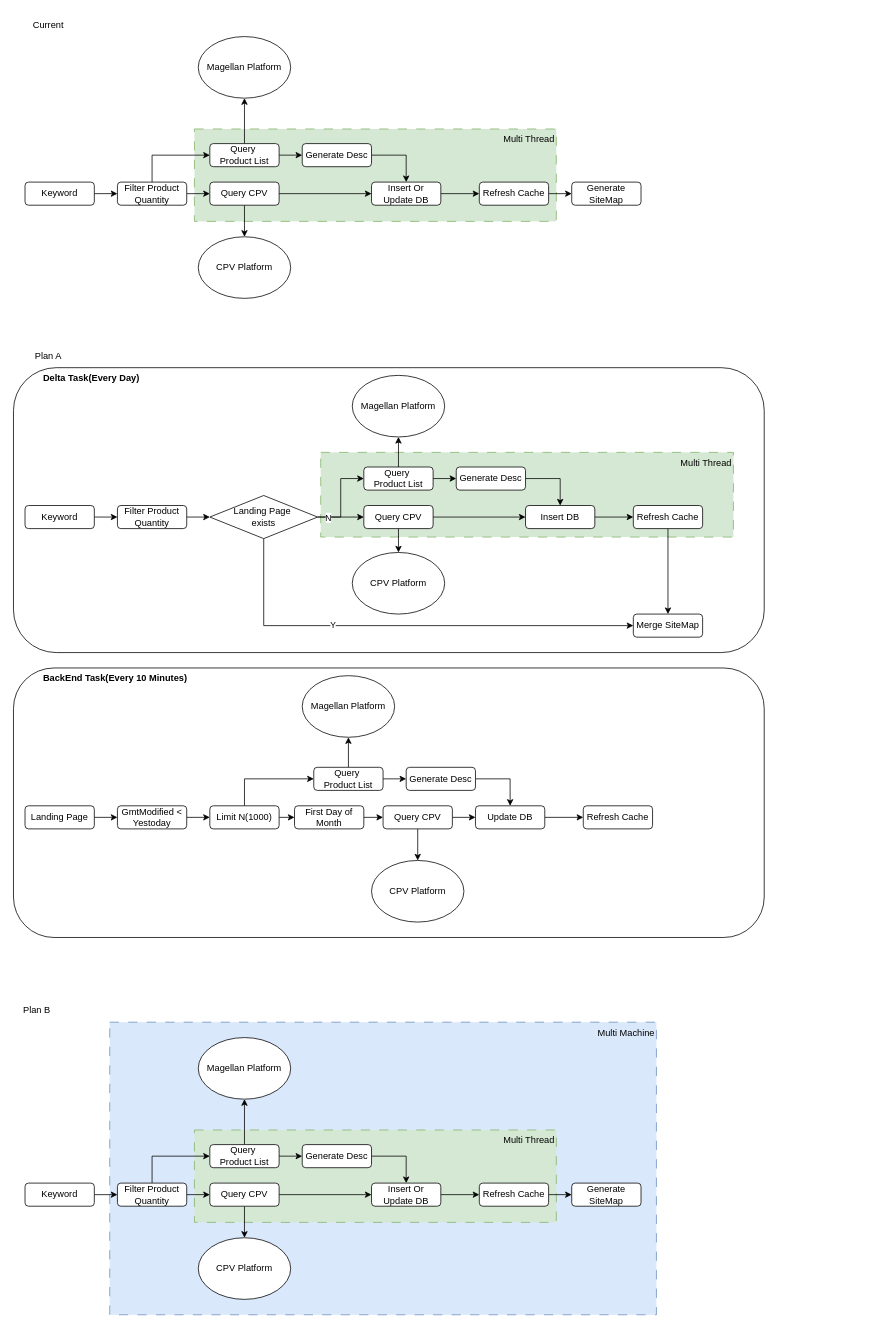
This is drawio/landingpage_generate.drawio from VisableHarry/seo-drawio, a draw.io file, before an edit. Source tidied: cells renumbered, new cells numbered last; positions are measured from the earlier drawing's top-left corner, leaving out a move shared by most shapes. Both pictures are drawn from the tidied source at 77%, with x=0, y=0 at pixel (13, 13).
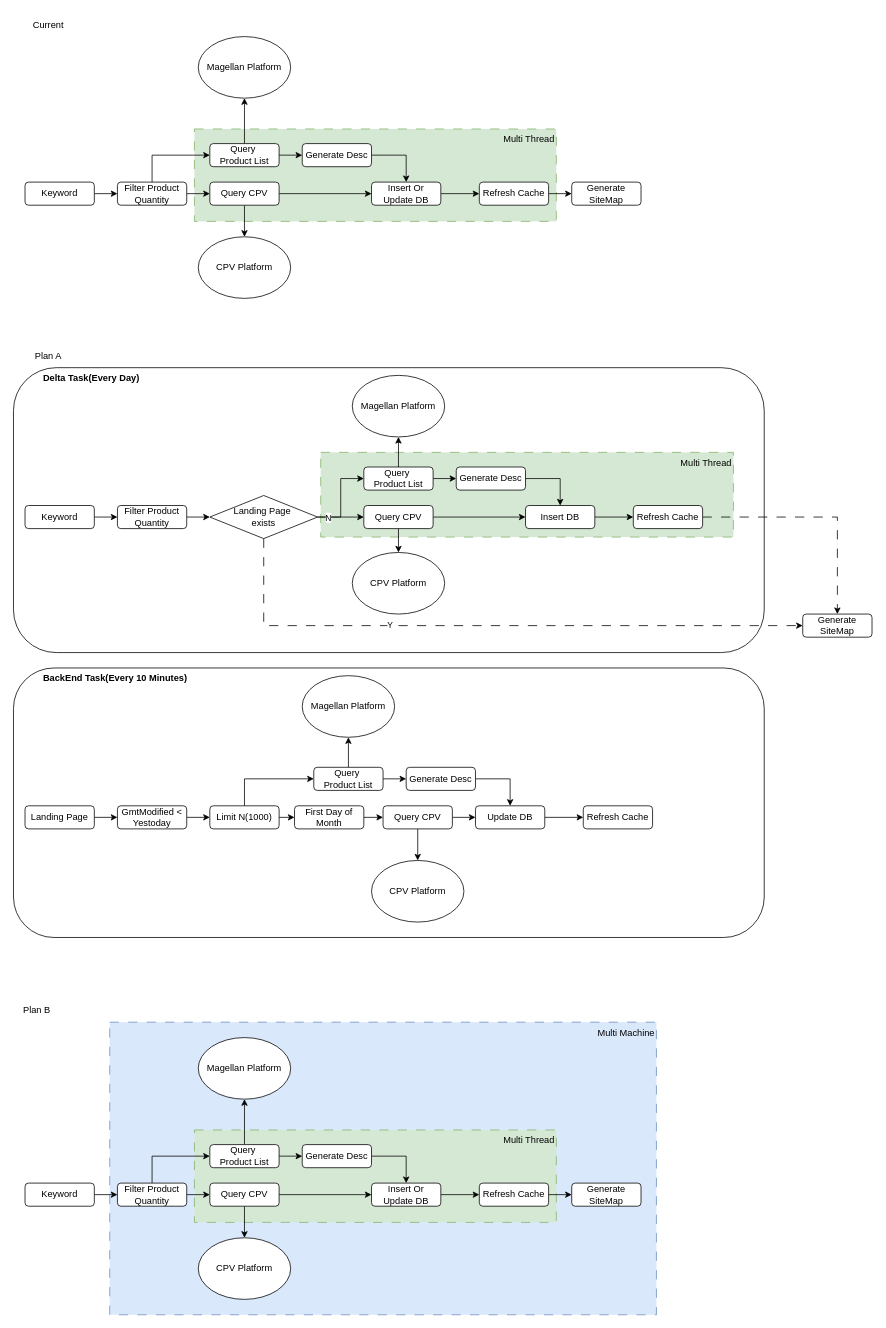
After the change.

Unchanged cells that the change refers to:
```xml
<mxCell id="37" value="Refresh Cache" style="rounded=1;whiteSpace=wrap;html=1;" parent="1" vertex="1">
  <mxGeometry x="805" y="639" width="90" height="30" as="geometry" />
</mxCell>
<mxCell id="49" value="Landing Page&amp;nbsp;&lt;div&gt;exists&lt;/div&gt;" style="rhombus;whiteSpace=wrap;html=1;" parent="1" vertex="1">
  <mxGeometry x="255" y="626" width="140" height="56" as="geometry" />
</mxCell>
```

Change to the diagram source:
```diff
@@
-    <mxCell id="36" style="edgeStyle=orthogonalEdgeStyle;rounded=0;jettySize=auto;html=1;exitX=0.5;exitY=1;exitDx=0;exitDy=0;entryX=0.5;entryY=0;entryDx=0;entryDy=0;" parent="1" edge="1" source="37" target="72">
+    <mxCell id="36" style="edgeStyle=orthogonalEdgeStyle;rounded=0;jettySize=auto;html=1;exitX=1;exitY=0.5;exitDx=0;exitDy=0;entryX=0.5;entryY=0;entryDx=0;entryDy=0;dashed=1;dashPattern=12 12;" parent="1" edge="1" source="37" target="72">
       <mxGeometry relative="1" as="geometry" />
     </mxCell>
@@
-    <mxCell id="47" style="edgeStyle=orthogonalEdgeStyle;rounded=0;jettySize=auto;html=1;exitX=0.5;exitY=1;exitDx=0;exitDy=0;entryX=0;entryY=0.5;entryDx=0;entryDy=0;" parent="1" edge="1" source="49" target="72">
+    <mxCell id="47" style="edgeStyle=orthogonalEdgeStyle;rounded=0;jettySize=auto;html=1;exitX=0.5;exitY=1;exitDx=0;exitDy=0;entryX=0;entryY=0.5;entryDx=0;entryDy=0;dashed=1;dashPattern=12 12;" parent="1" edge="1" source="49" target="72">
       <mxGeometry relative="1" as="geometry" />
     </mxCell>
@@
-    <mxCell id="72" value="Merge SiteMap" style="rounded=1;whiteSpace=wrap;html=1;" parent="1" vertex="1">
-      <mxGeometry x="805" y="780" width="90" height="30" as="geometry" />
+    <mxCell id="72" value="Generate SiteMap" style="rounded=1;whiteSpace=wrap;html=1;" parent="1" vertex="1">
+      <mxGeometry x="1025" y="780" width="90" height="30" as="geometry" />
     </mxCell>
```
